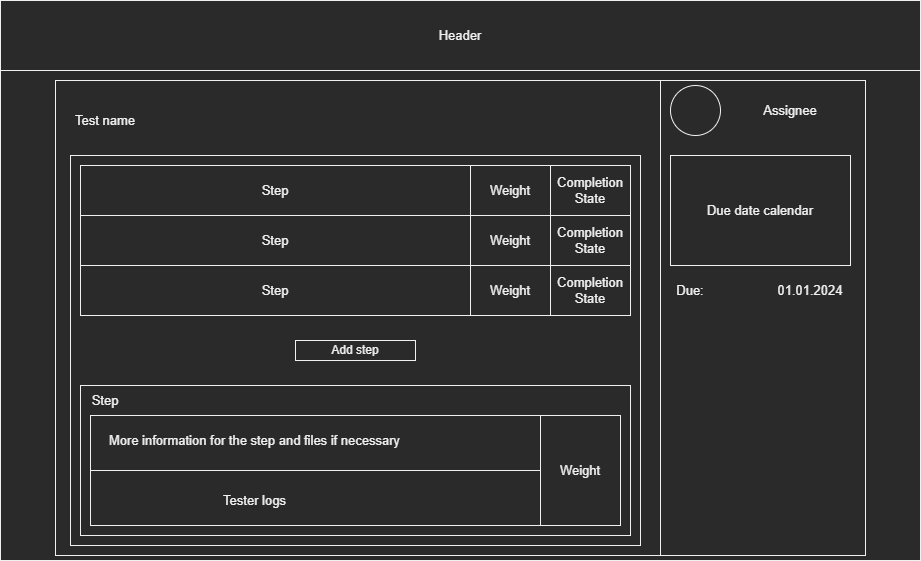
Before: Documents/assets/TestCaseMoreInfoWireFrame.drawio.png, a diagram exported from draw.io (ViktorGox/ProjectClientOnBoardGitProject). Source tidied: cells renumbered, new cells last; positions are measured from the earlier drawing's top-left corner, leaving out a move shared by most shapes.
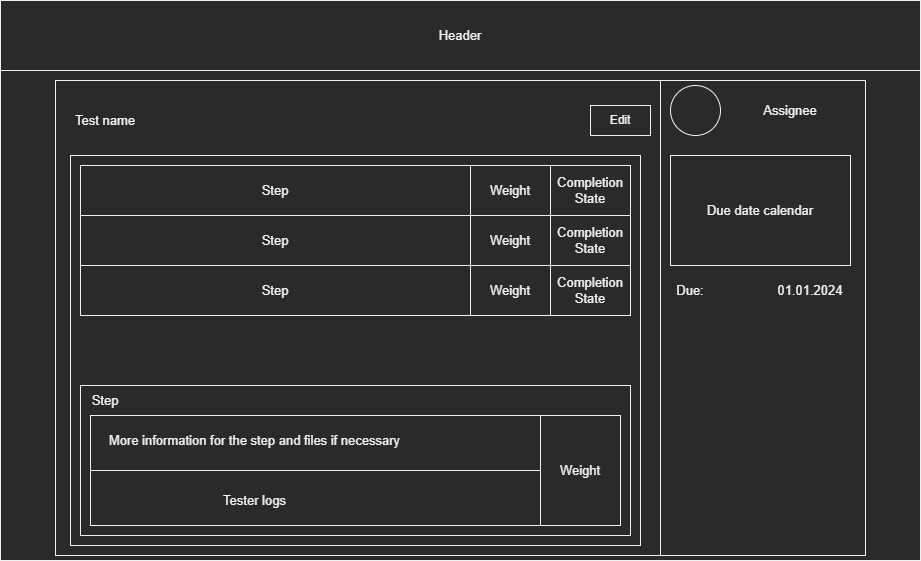
After the change.

Commit message:
Removed some unused images. Added Use case and Influnce Matrix to the Technical design. Edited the users.md.

What changed in the source:
```diff
@@ -86,8 +86,8 @@
     <mxCell id="29" style="endArrow=none;html=1;rounded=0;fontSize=13;exitX=0;exitY=0.5;exitDx=0;exitDy=0;entryX=0;entryY=0.5;entryDx=0;entryDy=0;" parent="1" edge="1" source="23" target="24">
       <mxGeometry relative="1" as="geometry" />
     </mxCell>
-    <mxCell id="30" value="Add step" style="rounded=0;whiteSpace=wrap;html=1;" parent="1" vertex="1">
-      <mxGeometry x="295" y="340" width="120" height="20" as="geometry" />
-    </mxCell>
+    <mxCell id="31" value="Edit" style="text;html=1;strokeColor=default;fillColor=none;align=center;verticalAlign=middle;whiteSpace=wrap;rounded=0;strokeWidth=1;" parent="1" vertex="1">
+      <mxGeometry x="590" y="105" width="60" height="30" as="geometry" />
+    </mxCell>
   </root>
 </mxGraphModel>
```
